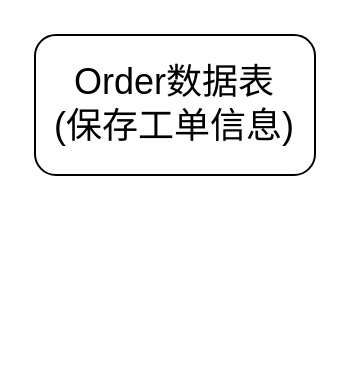
The draw.io diagram 工单流程.drawio in AdhereZ/graph, before the edit. Source tidied: cells renumbered, new cells numbered last; positions are measured from the earlier drawing's top-left corner, leaving out a move shared by most shapes. Both pictures are drawn from the tidied source at 200%, with x=0, y=0 at pixel (34, 34).
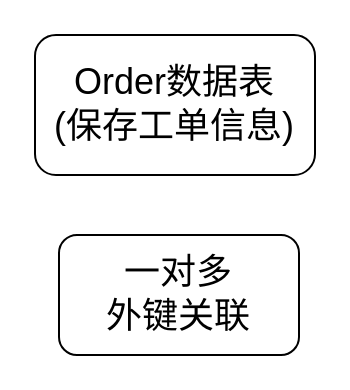
The same diagram, later.

Commit message (it also covers changes not shown here):
更新工单流程.drawio

Diff of the diagram source:
```diff
@@
 <mxGraphModel>
   <root>
     <mxCell id="0" />
     <mxCell id="1" parent="0" />
     <mxCell id="2" value="&lt;font style=&quot;font-size: 18px;&quot;&gt;Order数据表&lt;br&gt;(保存工单信息)&lt;/font&gt;" style="rounded=1;whiteSpace=wrap;html=1;" parent="1" vertex="1">
       <mxGeometry width="140" height="70" as="geometry" />
     </mxCell>
+    <mxCell id="3" value="一对多&lt;br&gt;外键关联" style="rounded=1;whiteSpace=wrap;html=1;fontSize=18;" parent="1" vertex="1">
+      <mxGeometry x="12" y="100" width="120" height="60" as="geometry" />
+    </mxCell>
   </root>
 </mxGraphModel>
```
